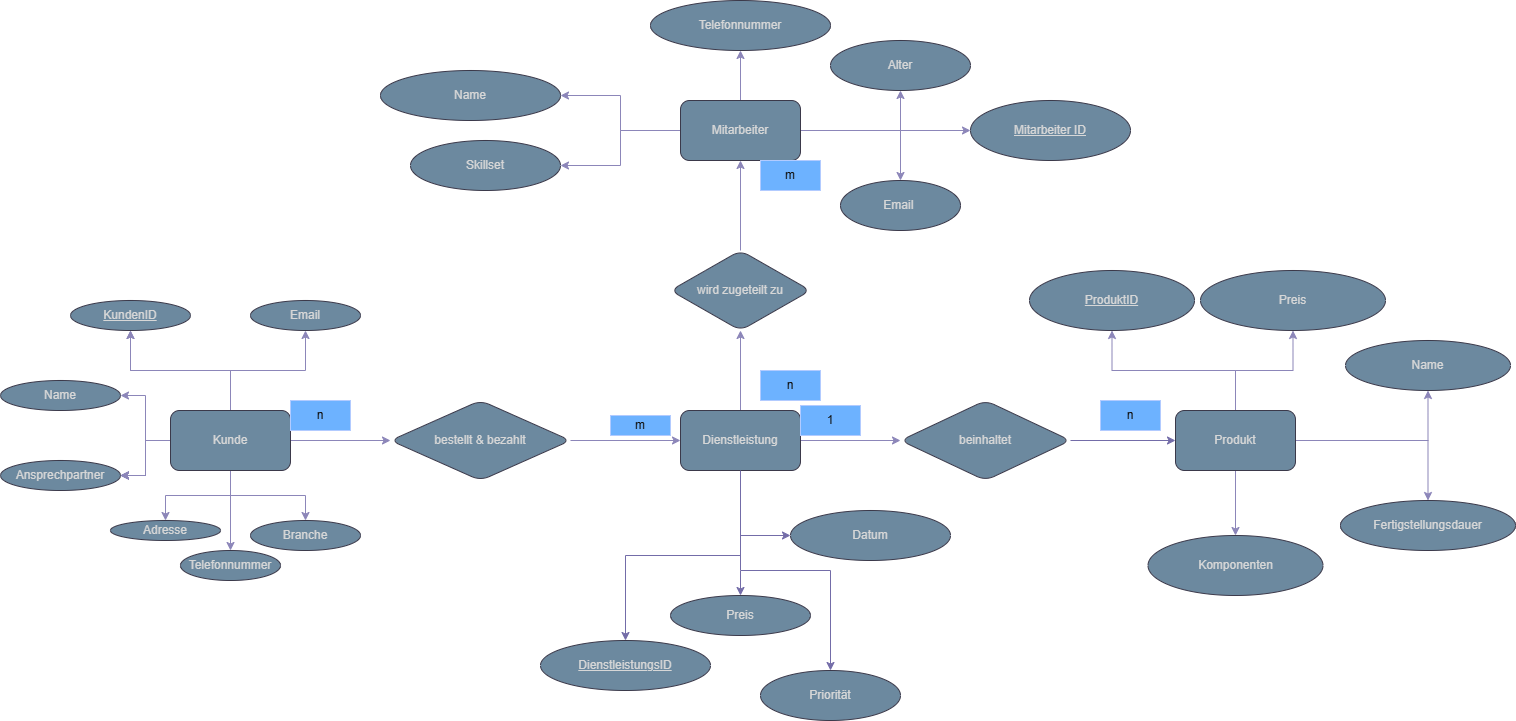
The draw.io diagram Unbenanntes Diagramm.drawio.png in 0xj0n1/Grundlagen-Wirtschaftsinformatik-Charts, before a commit. Source tidied: cells renumbered, new cells last; positions are measured from the earlier drawing's top-left corner, leaving out a move shared by most shapes.
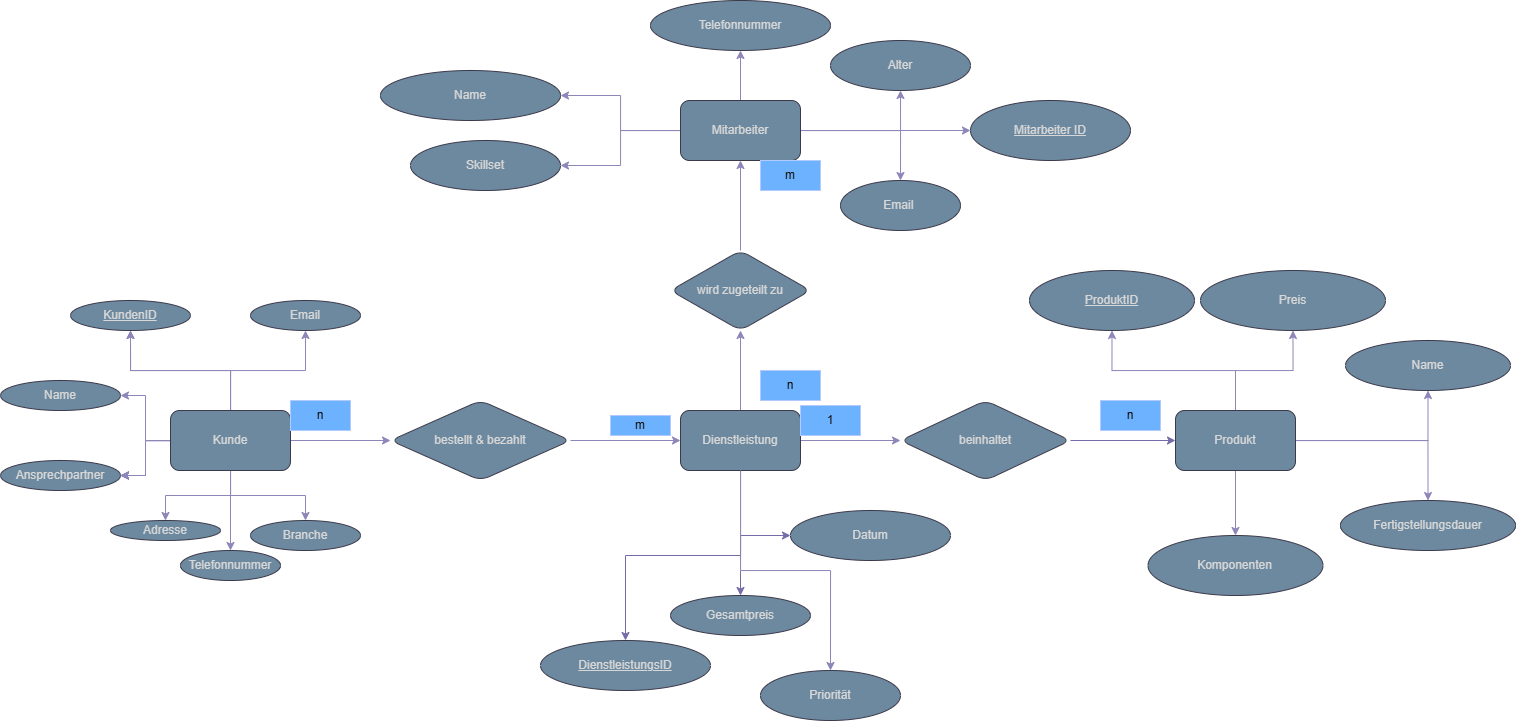
The same diagram one commit later.

Change to the diagram source:
```diff
@@ -205,7 +205,7 @@
     <mxCell id="67" value="&lt;u&gt;DienstleistungsID&lt;/u&gt;" style="ellipse;whiteSpace=wrap;html=1;fillColor=#5D7F99;strokeColor=#D0CEE2;fontColor=#1A1A1A;rounded=1;labelBackgroundColor=none;" parent="1" vertex="1">
       <mxGeometry x="540" y="640" width="170" height="50" as="geometry" />
     </mxCell>
-    <mxCell id="68" value="Preis" style="ellipse;whiteSpace=wrap;html=1;fillColor=#5D7F99;strokeColor=#D0CEE2;fontColor=#1A1A1A;rounded=1;labelBackgroundColor=none;" parent="1" vertex="1">
+    <mxCell id="68" value="Gesamtpreis" style="ellipse;whiteSpace=wrap;html=1;fillColor=#5D7F99;strokeColor=#D0CEE2;fontColor=#1A1A1A;rounded=1;labelBackgroundColor=none;" parent="1" vertex="1">
       <mxGeometry x="670" y="595" width="140" height="40" as="geometry" />
     </mxCell>
     <mxCell id="69" value="Datum" style="ellipse;whiteSpace=wrap;html=1;fillColor=#5D7F99;strokeColor=#D0CEE2;fontColor=#1A1A1A;rounded=1;labelBackgroundColor=none;" parent="1" vertex="1">
@@ -214,7 +214,7 @@
     <mxCell id="70" style="edgeStyle=orthogonalEdgeStyle;rounded=0;orthogonalLoop=1;jettySize=auto;html=1;exitX=0.5;exitY=1;exitDx=0;exitDy=0;" parent="1" edge="1" source="69" target="69">
       <mxGeometry relative="1" as="geometry" />
     </mxCell>
-    <mxCell id="71" style="edgeStyle=orthogonalEdgeStyle;rounded=0;jettySize=auto;html=1;strokeColor=light-dark(#736CA8,#736CA8);" parent="1" edge="1" source="32" target="72">
+    <mxCell id="71" style="edgeStyle=orthogonalEdgeStyle;rounded=0;jettySize=auto;html=1;strokeColor=light-dark(#736CA8, #8a84b5);" parent="1" edge="1" source="32" target="72">
       <mxGeometry relative="1" as="geometry" />
     </mxCell>
     <mxCell id="72" value="Priorität" style="ellipse;whiteSpace=wrap;html=1;fillColor=#5D7F99;strokeColor=#D0CEE2;fontColor=#1A1A1A;rounded=1;labelBackgroundColor=none;" parent="1" vertex="1">
```
